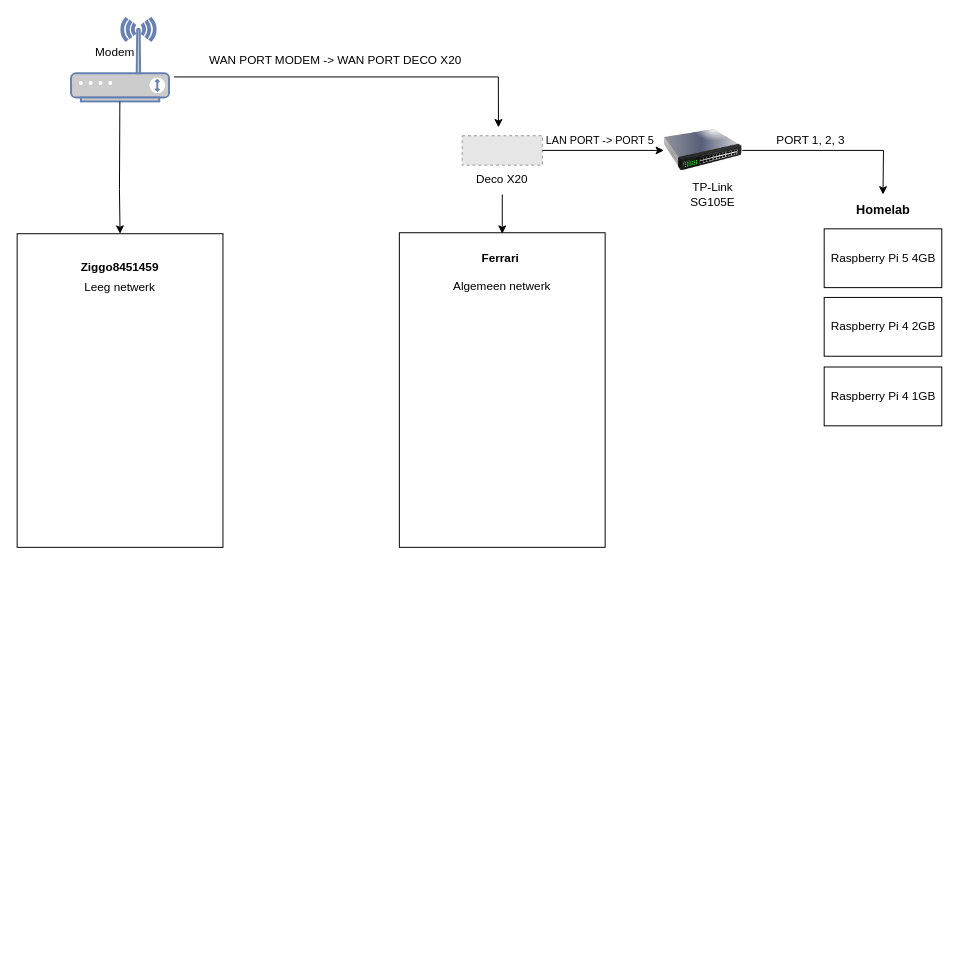
Above: Untitled Diagram.drawio in likeanoa/drawio-sketches (draw.io), before the change. Source tidied: cells renumbered, new cells numbered last; positions are measured from the earlier drawing's top-left corner, leaving out a move shared by most shapes. Both pictures are drawn from the tidied source at 98%, with x=0, y=0 at pixel (17, 18). Pictures stored in the file or linked from it are replaced by grey dashed boxes.
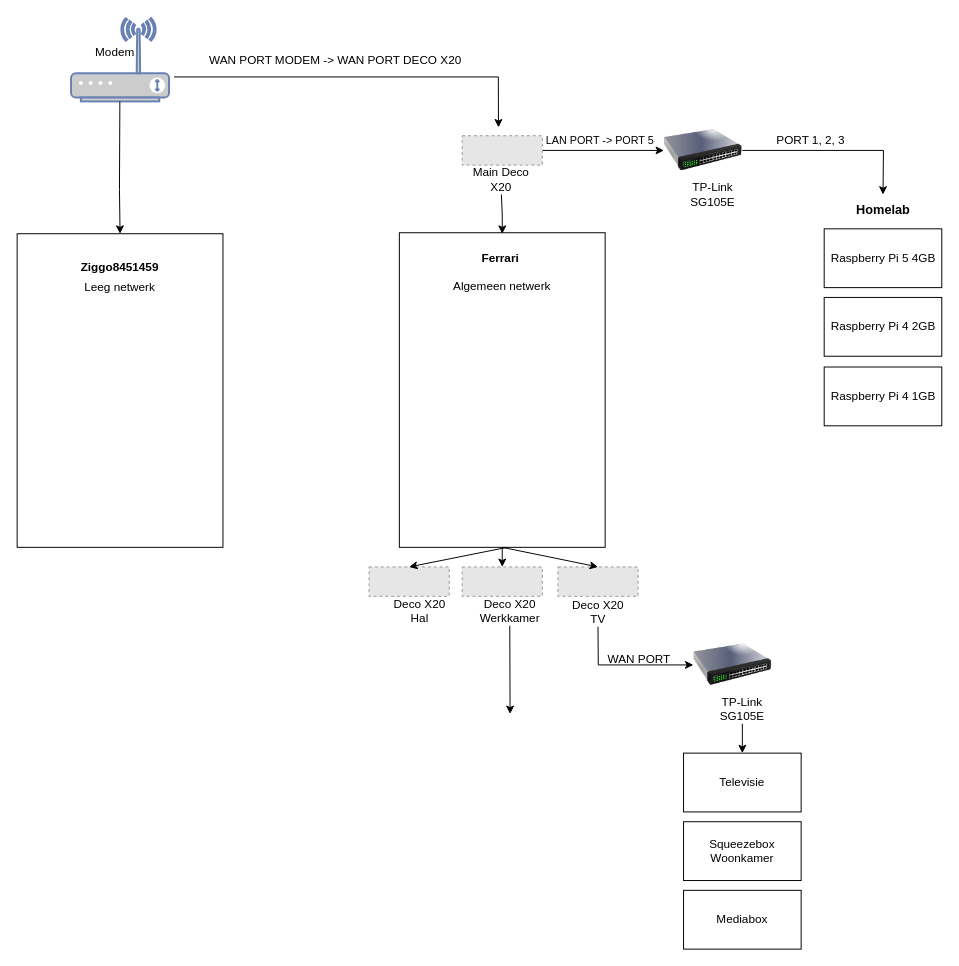
After the change.

Unchanged cells that the change refers to:
```xml
<mxCell id="2" style="rounded=0;whiteSpace=wrap;html=1;" parent="1" vertex="1">
  <mxGeometry x="390" y="219" width="210" height="321" as="geometry" />
</mxCell>
```

What changed in the source:
```diff
@@
-    <mxCell id="9" style="fillColor=#E6E6E6;strokeColor=#999999;dashed=1;verticalLabelPosition=bottom;labelBackgroundColor=default;verticalAlign=top;" parent="1" vertex="1">
-      <mxGeometry x="454.1" y="120" width="81.8" height="30" as="geometry" />
-    </mxCell>
@@
-    <mxCell id="13" value="Deco X20" style="text;html=1;align=center;verticalAlign=middle;whiteSpace=wrap;rounded=0;" parent="1" vertex="1">
-      <mxGeometry x="465" y="150" width="60" height="30" as="geometry" />
-    </mxCell>
@@
-    <mxCell id="15" style="image;html=1;image=img/lib/clip_art/networking/Switch_128x128.png;" parent="1" vertex="1">
-      <mxGeometry x="660" y="95" width="80" height="80" as="geometry" />
-    </mxCell>
-    <mxCell id="16" value="TP-Link SG105E" style="text;html=1;align=center;verticalAlign=middle;whiteSpace=wrap;rounded=0;" parent="1" vertex="1">
-      <mxGeometry x="680" y="165" width="60" height="30" as="geometry" />
-    </mxCell>
@@
+    <mxCell id="29" style="group;" parent="1" vertex="1">
+      <mxGeometry x="454.1" y="120" width="81.8" height="60" as="geometry" />
+    </mxCell>
+    <mxCell id="9" style="fillColor=#E6E6E6;strokeColor=#999999;dashed=1;verticalLabelPosition=bottom;labelBackgroundColor=default;verticalAlign=top;" parent="29" vertex="1">
+      <mxGeometry width="81.8" height="30" as="geometry" />
+    </mxCell>
+    <mxCell id="13" value="Main Deco X20" style="text;html=1;align=center;verticalAlign=middle;whiteSpace=wrap;rounded=0;" parent="29" vertex="1">
+      <mxGeometry y="30" width="80" height="30" as="geometry" />
+    </mxCell>
+    <mxCell id="30" style="group;" parent="1" vertex="1">
+      <mxGeometry x="660" y="95" width="80" height="100" as="geometry" />
+    </mxCell>
+    <mxCell id="15" style="image;html=1;image=img/lib/clip_art/networking/Switch_128x128.png;" parent="30" vertex="1">
+      <mxGeometry width="80" height="80" as="geometry" />
+    </mxCell>
+    <mxCell id="16" value="TP-Link SG105E" style="text;html=1;align=center;verticalAlign=middle;whiteSpace=wrap;rounded=0;" parent="30" vertex="1">
+      <mxGeometry x="20" y="70" width="60" height="30" as="geometry" />
+    </mxCell>
+    <mxCell id="31" style="group;" parent="1" vertex="1">
+      <mxGeometry x="370" y="560" width="263.6" height="61" as="geometry" />
+    </mxCell>
+    <mxCell id="32" style="group;" parent="31" vertex="1">
+      <mxGeometry x="91.8" width="81.8" height="60" as="geometry" />
+    </mxCell>
+    <mxCell id="33" style="fillColor=#E6E6E6;strokeColor=#999999;dashed=1;verticalLabelPosition=bottom;labelBackgroundColor=default;verticalAlign=top;" parent="32" vertex="1">
+      <mxGeometry x="-7.7" width="81.8" height="30" as="geometry" />
+    </mxCell>
+    <mxCell id="34" value="Deco X20 Werkkamer" style="text;html=1;align=center;verticalAlign=middle;whiteSpace=wrap;rounded=0;" parent="32" vertex="1">
+      <mxGeometry x="10.9" y="30" width="60" height="30" as="geometry" />
+    </mxCell>
+    <mxCell id="35" style="group;" parent="31" vertex="1">
+      <mxGeometry x="181.8" y="1" width="81.8" height="60" as="geometry" />
+    </mxCell>
+    <mxCell id="36" value="Deco X20 TV" style="text;html=1;align=center;verticalAlign=middle;whiteSpace=wrap;rounded=0;" parent="35" vertex="1">
+      <mxGeometry x="10.9" y="30" width="60" height="30" as="geometry" />
+    </mxCell>
+    <mxCell id="37" style="group;" parent="31" vertex="1">
+      <mxGeometry width="81.8" height="60" as="geometry" />
+    </mxCell>
+    <mxCell id="38" style="fillColor=#E6E6E6;strokeColor=#999999;dashed=1;verticalLabelPosition=bottom;labelBackgroundColor=default;verticalAlign=top;" parent="37" vertex="1">
+      <mxGeometry x="-10.9" width="81.8" height="30" as="geometry" />
+    </mxCell>
+    <mxCell id="39" value="Deco X20 Hal" style="text;html=1;align=center;verticalAlign=middle;whiteSpace=wrap;rounded=0;" parent="37" vertex="1">
+      <mxGeometry x="10.9" y="30" width="60" height="30" as="geometry" />
+    </mxCell>
+    <mxCell id="40" style="fillColor=#E6E6E6;strokeColor=#999999;dashed=1;verticalLabelPosition=bottom;labelBackgroundColor=default;verticalAlign=top;" parent="31" vertex="1">
+      <mxGeometry x="181.8" width="81.8" height="30" as="geometry" />
+    </mxCell>
+    <mxCell id="41" style="endArrow=classic;html=1;rounded=0;entryX=0.5;entryY=0;entryDx=0;entryDy=0;exitX=0.5;exitY=1;exitDx=0;exitDy=0;" parent="1" edge="1" source="2" target="40">
+      <mxGeometry relative="1" as="geometry" />
+    </mxCell>
+    <mxCell id="42" style="endArrow=classic;html=1;rounded=0;entryX=0.5;entryY=0;entryDx=0;entryDy=0;exitX=0.5;exitY=1;exitDx=0;exitDy=0;" parent="1" edge="1" source="2" target="33">
+      <mxGeometry relative="1" as="geometry" />
+    </mxCell>
+    <mxCell id="43" style="endArrow=classic;html=1;rounded=0;entryX=0.5;entryY=0;entryDx=0;entryDy=0;" parent="1" edge="1" target="38">
+      <mxGeometry relative="1" as="geometry">
+        <mxPoint x="500" y="540" as="sourcePoint" />
+      </mxGeometry>
+    </mxCell>
+    <mxCell id="44" style="group;" parent="1" vertex="1">
+      <mxGeometry x="690" y="620" width="80" height="100" as="geometry" />
+    </mxCell>
+    <mxCell id="45" style="image;html=1;image=img/lib/clip_art/networking/Switch_128x128.png;" parent="44" vertex="1">
+      <mxGeometry width="80" height="80" as="geometry" />
+    </mxCell>
+    <mxCell id="46" value="TP-Link SG105E" style="text;html=1;align=center;verticalAlign=middle;whiteSpace=wrap;rounded=0;" parent="44" vertex="1">
+      <mxGeometry x="20" y="70" width="60" height="30" as="geometry" />
+    </mxCell>
+    <mxCell id="47" style="endArrow=classic;html=1;rounded=0;exitX=0.5;exitY=1;exitDx=0;exitDy=0;entryX=0;entryY=0.5;entryDx=0;entryDy=0;" parent="1" edge="1" source="36" target="45">
+      <mxGeometry relative="1" as="geometry">
+        <Array as="points">
+          <mxPoint x="593" y="660" />
+        </Array>
+      </mxGeometry>
+    </mxCell>
+    <mxCell id="48" value="Televisie" style="rounded=0;whiteSpace=wrap;html=1;" parent="1" vertex="1">
+      <mxGeometry x="680" y="750" width="120" height="60" as="geometry" />
+    </mxCell>
+    <mxCell id="49" value="Squeezebox Woonkamer" style="rounded=0;whiteSpace=wrap;html=1;" parent="1" vertex="1">
+      <mxGeometry x="680" y="820" width="120" height="60" as="geometry" />
+    </mxCell>
+    <mxCell id="50" value="Mediabox" style="rounded=0;whiteSpace=wrap;html=1;" parent="1" vertex="1">
+      <mxGeometry x="680" y="890" width="120" height="60" as="geometry" />
+    </mxCell>
+    <mxCell id="51" style="endArrow=classic;html=1;rounded=0;exitX=0.5;exitY=1;exitDx=0;exitDy=0;entryX=0.5;entryY=0;entryDx=0;entryDy=0;" parent="1" edge="1" source="46" target="48">
+      <mxGeometry relative="1" as="geometry" />
+    </mxCell>
+    <mxCell id="52" value="WAN PORT" style="text;html=1;align=center;verticalAlign=middle;whiteSpace=wrap;rounded=0;" parent="1" vertex="1">
+      <mxGeometry x="600" y="640" width="70" height="30" as="geometry" />
+    </mxCell>
+    <mxCell id="53" style="endArrow=classic;html=1;rounded=0;exitX=0.5;exitY=1;exitDx=0;exitDy=0;" parent="1" edge="1" source="34">
+      <mxGeometry relative="1" as="geometry">
+        <mxPoint x="503" y="710" as="targetPoint" />
+      </mxGeometry>
+    </mxCell>
```
